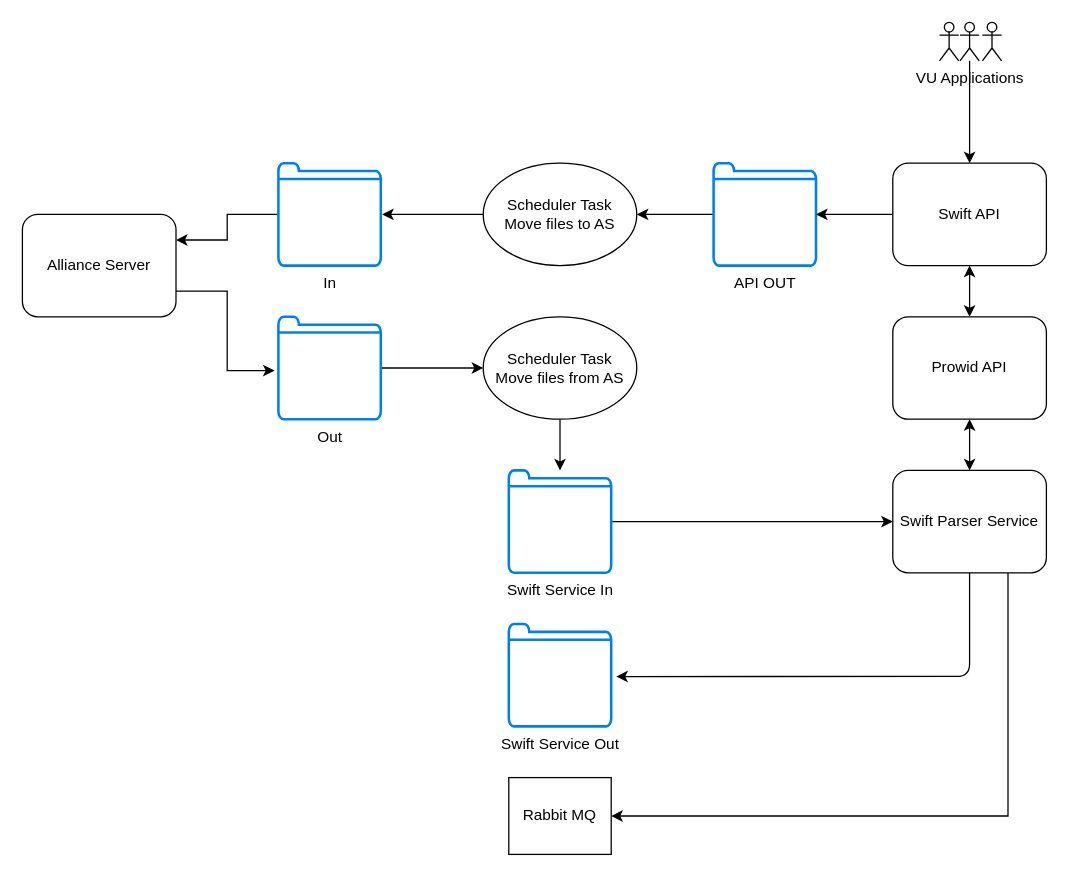
Earlier version of the draw.io diagram Untitled Diagram.drawio (vivekchandran555/Test). Source tidied: cells renumbered, new cells numbered last; positions are measured from the earlier drawing's top-left corner, leaving out a move shared by most shapes. Both pictures are drawn from the tidied source at 128%, with x=0, y=0 at pixel (22, 22).
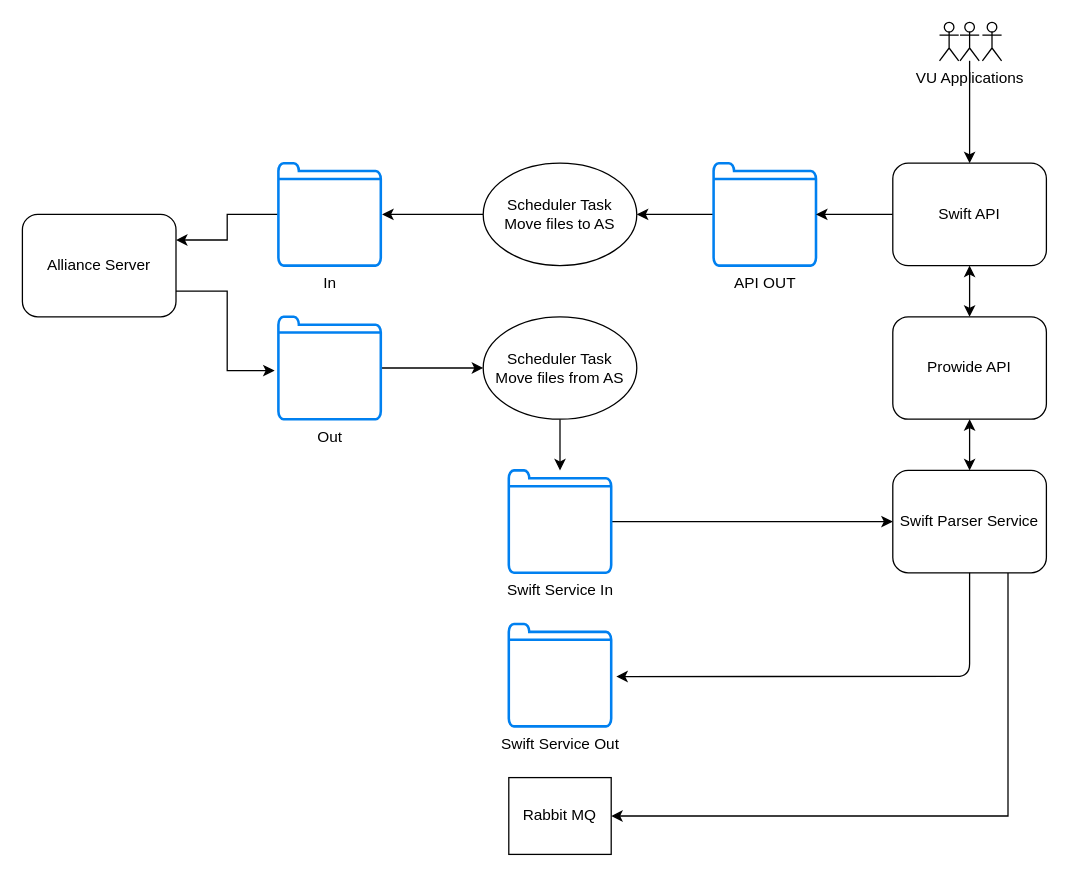
The same page after the edit.

What changed in the source:
```diff
@@
-    <mxCell id="16" value="Prowid API" style="rounded=1;whiteSpace=wrap;html=1;" parent="1" vertex="1">
+    <mxCell id="16" value="Prowide API" style="rounded=1;whiteSpace=wrap;html=1;" parent="1" vertex="1">
       <mxGeometry x="680" y="230" width="120" height="80" as="geometry" />
     </mxCell>
```
